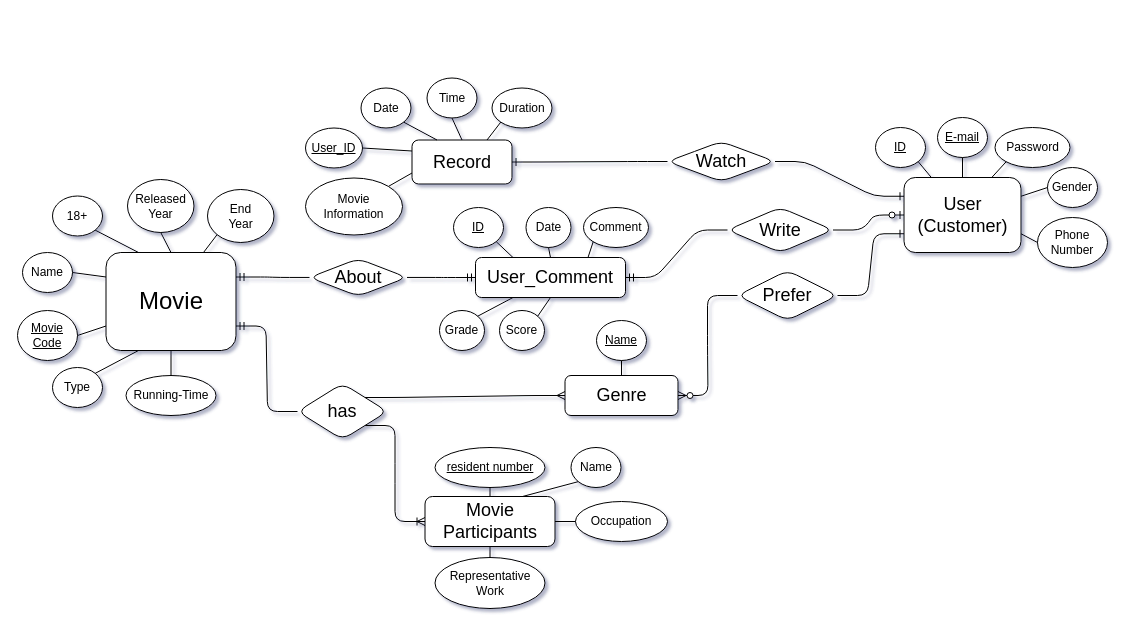
Earlier version of the draw.io diagram Assignment1_ER_Modeling/Movie.drawio (hjpark83/DBMS). Source tidied: cells renumbered, new cells numbered last; positions are measured from the earlier drawing's top-left corner, leaving out a move shared by most shapes. Both pictures are drawn from the tidied source at 100%, with x=0, y=0 at pixel (17, 77).
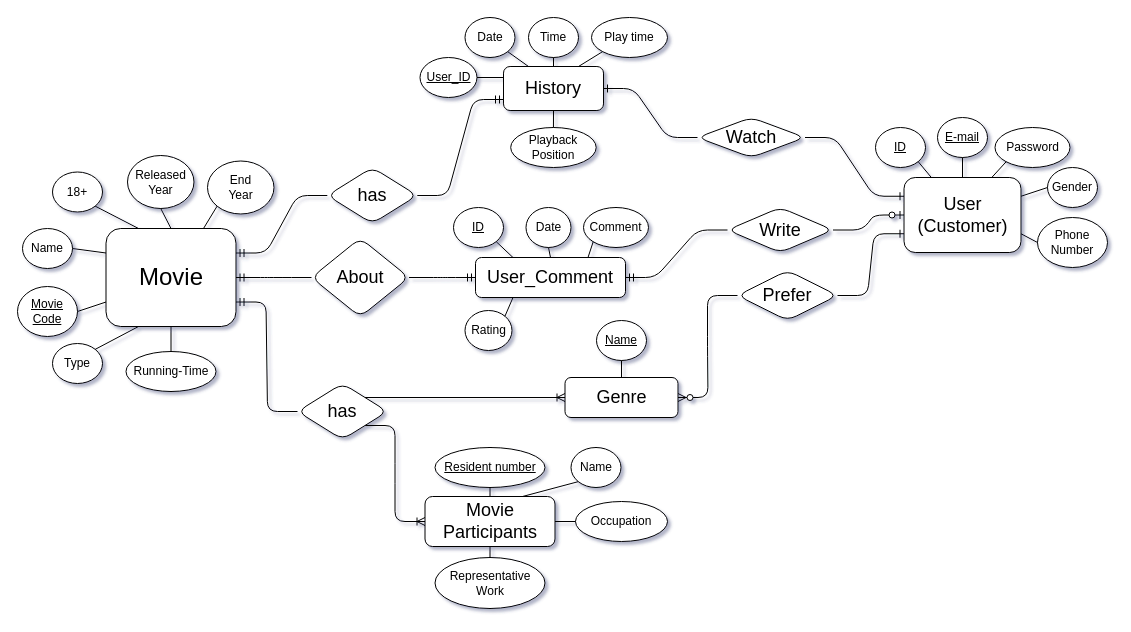
After the change.

The change refers to these unchanged cells:
```xml
<mxCell id="21" value="&lt;font style=&quot;font-size: 18px;&quot;&gt;User_Comment&lt;/font&gt;" style="whiteSpace=wrap;html=1;align=center;rounded=1;" parent="1" vertex="1">
  <mxGeometry x="458" y="180" width="150" height="40" as="geometry" />
</mxCell>
<mxCell id="60" value="&lt;font style=&quot;font-size: 18px;&quot;&gt;has&lt;/font&gt;" style="shape=rhombus;perimeter=rhombusPerimeter;whiteSpace=wrap;html=1;align=center;rounded=1;" parent="1" vertex="1">
  <mxGeometry x="280" y="306" width="90" height="56" as="geometry" />
</mxCell>
```

The edit, as a diff of the source:
```diff
@@
     <mxCell id="2" value="Type" style="ellipse;whiteSpace=wrap;html=1;align=center;rounded=1;" parent="1" vertex="1">
-      <mxGeometry x="35" y="290" width="50" height="40" as="geometry" />
+      <mxGeometry x="35" y="266" width="50" height="40" as="geometry" />
     </mxCell>
@@
     <mxCell id="15" value="Name" style="ellipse;whiteSpace=wrap;html=1;align=center;rounded=1;" parent="1" vertex="1">
-      <mxGeometry x="5" y="175" width="50" height="40" as="geometry" />
+      <mxGeometry x="5" y="151" width="50" height="40" as="geometry" />
     </mxCell>
     <mxCell id="16" value="Running-Time" style="ellipse;whiteSpace=wrap;html=1;align=center;rounded=1;" parent="1" vertex="1">
-      <mxGeometry x="108.5" y="298" width="90" height="40" as="geometry" />
+      <mxGeometry x="108.5" y="274" width="90" height="40" as="geometry" />
     </mxCell>
     <mxCell id="17" value="Released&lt;br&gt;Year" style="ellipse;whiteSpace=wrap;html=1;align=center;rounded=1;" parent="1" vertex="1">
-      <mxGeometry x="110" y="102" width="66.5" height="53" as="geometry" />
+      <mxGeometry x="110" y="78" width="66.5" height="53" as="geometry" />
     </mxCell>
     <mxCell id="18" value="18+" style="ellipse;whiteSpace=wrap;html=1;align=center;rounded=1;" parent="1" vertex="1">
-      <mxGeometry x="35" y="118.5" width="50" height="40" as="geometry" />
+      <mxGeometry x="35" y="94.5" width="50" height="40" as="geometry" />
     </mxCell>
     <mxCell id="19" value="&lt;font style=&quot;font-size: 24px;&quot;&gt;Movie&lt;/font&gt;" style="whiteSpace=wrap;html=1;align=center;rounded=1;" parent="1" vertex="1">
-      <mxGeometry x="88.5" y="175" width="130" height="98" as="geometry" />
+      <mxGeometry x="88.5" y="151" width="130" height="98" as="geometry" />
     </mxCell>
@@
-    <mxCell id="22" value="Grade" style="ellipse;whiteSpace=wrap;html=1;align=center;rounded=1;" parent="1" vertex="1">
-      <mxGeometry x="422" y="233" width="45" height="40" as="geometry" />
+    <mxCell id="22" value="Rating" style="ellipse;whiteSpace=wrap;html=1;align=center;rounded=1;" parent="1" vertex="1">
+      <mxGeometry x="447.5" y="233" width="47" height="40" as="geometry" />
     </mxCell>
@@
     <mxCell id="24" value="&lt;u&gt;Movie&lt;br&gt;Code&lt;/u&gt;" style="ellipse;whiteSpace=wrap;html=1;align=center;rounded=1;" parent="1" vertex="1">
-      <mxGeometry y="233" width="60" height="50" as="geometry" />
+      <mxGeometry y="209" width="60" height="50" as="geometry" />
     </mxCell>
@@
     <mxCell id="38" value="&lt;span style=&quot;font-size: 18px;&quot;&gt;About&lt;/span&gt;" style="shape=rhombus;perimeter=rhombusPerimeter;whiteSpace=wrap;html=1;align=center;rounded=1;" parent="1" vertex="1">
-      <mxGeometry x="292" y="181.2" width="97.5" height="37.5" as="geometry" />
+      <mxGeometry x="294" y="160.6" width="97.5" height="78.8" as="geometry" />
     </mxCell>
@@
-    <mxCell id="44" style="edgeStyle=entityRelationEdgeStyle;fontSize=12;html=1;endArrow=ERmandOne;rounded=1;entryX=1;entryY=0.25;entryDx=0;entryDy=0;exitX=0;exitY=0.5;exitDx=0;exitDy=0;" parent="1" edge="1" source="38" target="19">
-      <mxGeometry relative="1" as="geometry" />
+    <mxCell id="44" style="edgeStyle=entityRelationEdgeStyle;fontSize=12;html=1;endArrow=ERmandOne;rounded=1;entryX=1;entryY=0.5;entryDx=0;entryDy=0;exitX=0;exitY=0.5;exitDx=0;exitDy=0;" parent="1" edge="1" source="38" target="19">
+      <mxGeometry relative="1" as="geometry">
+        <Array as="points">
+          <mxPoint x="321.5" y="262.5" />
+        </Array>
+      </mxGeometry>
     </mxCell>
     <mxCell id="45" style="edgeStyle=entityRelationEdgeStyle;fontSize=12;html=1;endArrow=ERmandOne;rounded=1;entryX=0;entryY=0.5;entryDx=0;entryDy=0;exitX=1;exitY=0.5;exitDx=0;exitDy=0;" parent="1" edge="1" source="38" target="21">
       <mxGeometry relative="1" as="geometry">
         <Array as="points">
-          <mxPoint x="330" y="240" />
+          <mxPoint x="337.2" y="263.6" />
         </Array>
       </mxGeometry>
     </mxCell>
@@
-    <mxCell id="49" value="&lt;u&gt;resident number&lt;/u&gt;" style="ellipse;whiteSpace=wrap;html=1;align=center;rounded=1;" parent="1" vertex="1">
+    <mxCell id="49" value="&lt;u&gt;Resident number&lt;/u&gt;" style="ellipse;whiteSpace=wrap;html=1;align=center;rounded=1;" parent="1" vertex="1">
       <mxGeometry x="417.5" y="370" width="110" height="40" as="geometry" />
     </mxCell>
@@
     <mxCell id="54" value="End&lt;br&gt;Year" style="ellipse;whiteSpace=wrap;html=1;align=center;rounded=1;" parent="1" vertex="1">
-      <mxGeometry x="190" y="112" width="66.5" height="53" as="geometry" />
+      <mxGeometry x="190" y="83.5" width="66.5" height="53" as="geometry" />
     </mxCell>
@@
     <mxCell id="56" value="&lt;font style=&quot;font-size: 18px;&quot;&gt;Genre&lt;/font&gt;" style="whiteSpace=wrap;html=1;align=center;rounded=1;" parent="1" vertex="1">
-      <mxGeometry x="547.5" y="298" width="113" height="40" as="geometry" />
+      <mxGeometry x="547.5" y="300" width="113" height="40" as="geometry" />
     </mxCell>
-    <mxCell id="57" value="&lt;font style=&quot;font-size: 18px;&quot;&gt;Record&lt;/font&gt;" style="whiteSpace=wrap;html=1;align=center;rounded=1;" parent="1" vertex="1">
-      <mxGeometry x="394.5" y="62.5" width="100" height="44" as="geometry" />
+    <mxCell id="57" value="&lt;font style=&quot;font-size: 18px;&quot;&gt;History&lt;/font&gt;" style="whiteSpace=wrap;html=1;align=center;rounded=1;" parent="1" vertex="1">
+      <mxGeometry x="486" y="-11" width="100" height="44" as="geometry" />
     </mxCell>
     <mxCell id="58" value="&lt;font style=&quot;font-size: 18px;&quot;&gt;Watch&lt;/font&gt;" style="shape=rhombus;perimeter=rhombusPerimeter;whiteSpace=wrap;html=1;align=center;rounded=1;" parent="1" vertex="1">
-      <mxGeometry x="650" y="64" width="107.5" height="40" as="geometry" />
+      <mxGeometry x="680" y="40" width="107.5" height="40" as="geometry" />
     </mxCell>
@@
-    <mxCell id="63" style="edgeStyle=entityRelationEdgeStyle;fontSize=12;html=1;endArrow=ERmany;rounded=1;entryX=0;entryY=0.5;entryDx=0;entryDy=0;exitX=1;exitY=0;exitDx=0;exitDy=0;" parent="1" edge="1" source="60" target="56">
-      <mxGeometry relative="1" as="geometry" />
-    </mxCell>
@@
     <mxCell id="66" value="Date" style="ellipse;whiteSpace=wrap;html=1;align=center;rounded=1;" parent="1" vertex="1">
-      <mxGeometry x="343.5" y="10.5" width="50" height="40" as="geometry" />
+      <mxGeometry x="447.5" y="-60" width="50" height="40" as="geometry" />
     </mxCell>
@@
     <mxCell id="68" value="Time" style="ellipse;whiteSpace=wrap;html=1;align=center;rounded=1;" parent="1" vertex="1">
-      <mxGeometry x="409.5" y="0.5" width="50" height="40" as="geometry" />
+      <mxGeometry x="511" y="-60" width="50" height="40" as="geometry" />
     </mxCell>
-    <mxCell id="69" value="Duration" style="ellipse;whiteSpace=wrap;html=1;align=center;rounded=1;" parent="1" vertex="1">
-      <mxGeometry x="474.5" y="10.5" width="60" height="40" as="geometry" />
+    <mxCell id="69" value="Play time" style="ellipse;whiteSpace=wrap;html=1;align=center;rounded=1;" parent="1" vertex="1">
+      <mxGeometry x="574" y="-60" width="76" height="40" as="geometry" />
     </mxCell>
@@
     <mxCell id="73" value="&lt;u&gt;User_ID&lt;/u&gt;" style="ellipse;whiteSpace=wrap;html=1;align=center;rounded=1;" parent="1" vertex="1">
-      <mxGeometry x="288" y="50.5" width="57" height="40" as="geometry" />
+      <mxGeometry x="402.5" y="-20" width="57" height="40" as="geometry" />
     </mxCell>
-    <mxCell id="74" style="endArrow=none;html=1;rounded=1;entryX=0;entryY=0.75;entryDx=0;entryDy=0;exitX=1;exitY=0;exitDx=0;exitDy=0;" parent="1" edge="1" source="75" target="57">
-      <mxGeometry relative="1" as="geometry" />
-    </mxCell>
-    <mxCell id="75" value="Movie&lt;br&gt;Information" style="ellipse;whiteSpace=wrap;html=1;align=center;rounded=1;" parent="1" vertex="1">
-      <mxGeometry x="288" y="100.5" width="97" height="57" as="geometry" />
-    </mxCell>
-    <mxCell id="76" value="Score" style="ellipse;whiteSpace=wrap;html=1;align=center;rounded=1;" parent="1" vertex="1">
-      <mxGeometry x="482" y="233" width="45" height="40" as="geometry" />
-    </mxCell>
-    <mxCell id="77" style="endArrow=none;html=1;rounded=1;entryX=1;entryY=0;entryDx=0;entryDy=0;exitX=0.5;exitY=1;exitDx=0;exitDy=0;" parent="1" edge="1" source="21" target="76">
-      <mxGeometry relative="1" as="geometry" />
-    </mxCell>
+    <mxCell id="78" value="Playback&lt;br&gt;Position" style="ellipse;whiteSpace=wrap;html=1;align=center;rounded=1;" parent="1" vertex="1">
+      <mxGeometry x="493.2" y="50" width="85.5" height="40" as="geometry" />
+    </mxCell>
+    <mxCell id="79" style="endArrow=none;html=1;rounded=1;entryX=0.5;entryY=1;entryDx=0;entryDy=0;exitX=0.5;exitY=0;exitDx=0;exitDy=0;" parent="1" edge="1" source="78" target="57">
+      <mxGeometry relative="1" as="geometry" />
+    </mxCell>
+    <mxCell id="80" style="edgeStyle=entityRelationEdgeStyle;fontSize=12;html=1;endArrow=ERmandOne;rounded=1;entryX=0;entryY=0.75;entryDx=0;entryDy=0;exitX=1;exitY=0.5;exitDx=0;exitDy=0;" parent="1" edge="1" source="81" target="57">
+      <mxGeometry relative="1" as="geometry">
+        <Array as="points">
+          <mxPoint x="347.2" y="273.6" />
+        </Array>
+      </mxGeometry>
+    </mxCell>
+    <mxCell id="81" value="&lt;font style=&quot;font-size: 18px;&quot;&gt;has&lt;/font&gt;" style="shape=rhombus;perimeter=rhombusPerimeter;whiteSpace=wrap;html=1;align=center;rounded=1;" parent="1" vertex="1">
+      <mxGeometry x="309.8" y="90" width="90" height="56" as="geometry" />
+    </mxCell>
+    <mxCell id="82" style="edgeStyle=entityRelationEdgeStyle;fontSize=12;html=1;endArrow=ERmandOne;rounded=1;entryX=1;entryY=0.25;entryDx=0;entryDy=0;exitX=0;exitY=0.5;exitDx=0;exitDy=0;" parent="1" edge="1" source="81" target="19">
+      <mxGeometry relative="1" as="geometry">
+        <Array as="points">
+          <mxPoint x="331.5" y="272.5" />
+        </Array>
+      </mxGeometry>
+    </mxCell>
+    <mxCell id="63" style="edgeStyle=entityRelationEdgeStyle;fontSize=12;html=1;endArrow=ERoneToMany;rounded=1;entryX=0;entryY=0.5;entryDx=0;entryDy=0;exitX=1;exitY=0;exitDx=0;exitDy=0;" parent="1" edge="1" source="60" target="56">
+      <mxGeometry relative="1" as="geometry">
+        <Array as="points">
+          <mxPoint x="350" y="470" />
+        </Array>
+      </mxGeometry>
+    </mxCell>
```
